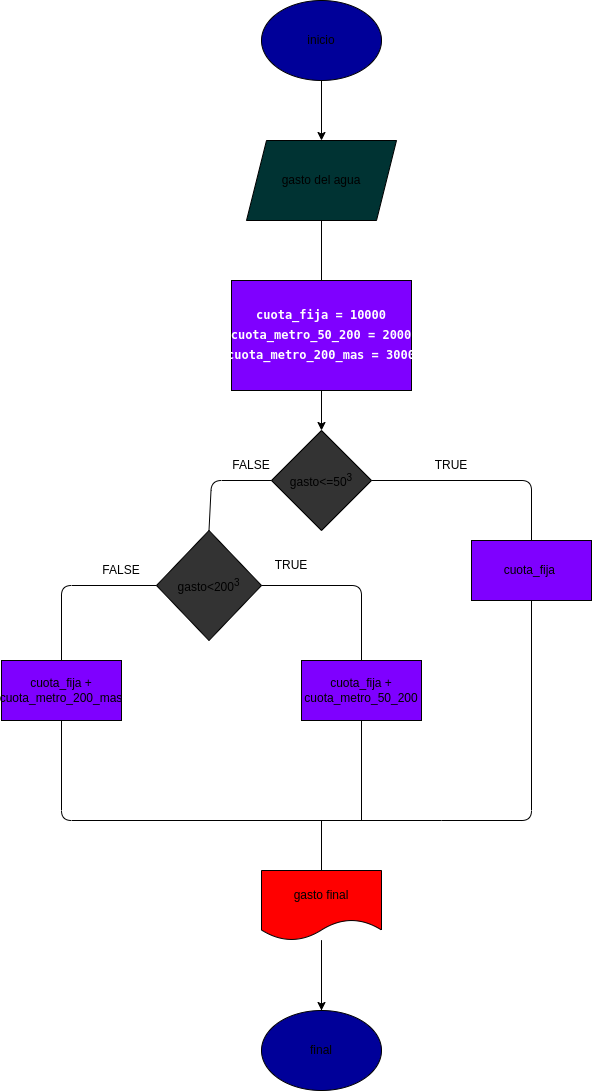
This is carpeta_5/diagrama.png from neinafua/taller-condicional, a draw.io export, as it was before one commit. Source tidied: cells renumbered, new cells last; positions are measured from the earlier drawing's top-left corner, leaving out a move shared by most shapes. The source it was exported from:
```xml
<mxGraphModel>
  <root>
    <mxCell id="0" />
    <mxCell id="1" parent="0" />
    <mxCell id="2" style="edgeStyle=none;html=1;" parent="1" edge="1" source="3" target="5">
      <mxGeometry relative="1" as="geometry" />
    </mxCell>
    <mxCell id="3" value="inicio" style="ellipse;whiteSpace=wrap;html=1;fillColor=#000099;" parent="1" vertex="1">
      <mxGeometry x="260" width="120" height="80" as="geometry" />
    </mxCell>
    <mxCell id="4" style="edgeStyle=none;html=1;" parent="1" edge="1" source="5">
      <mxGeometry relative="1" as="geometry">
        <mxPoint x="320" y="330" as="targetPoint" />
      </mxGeometry>
    </mxCell>
    <mxCell id="5" value="gasto del agua" style="shape=parallelogram;perimeter=parallelogramPerimeter;whiteSpace=wrap;html=1;fixedSize=1;fillColor=#003333;" parent="1" vertex="1">
      <mxGeometry x="245" y="140" width="150" height="80" as="geometry" />
    </mxCell>
    <mxCell id="6" value="gasto&amp;lt;=50&lt;sup&gt;3&lt;/sup&gt;" style="rhombus;whiteSpace=wrap;html=1;fillColor=#333333;" parent="1" vertex="1">
      <mxGeometry x="270" y="430" width="100" height="100" as="geometry" />
    </mxCell>
    <mxCell id="7" value="gasto&amp;lt;200&lt;sup&gt;3&lt;/sup&gt;" style="rhombus;whiteSpace=wrap;html=1;fillColor=#333333;" parent="1" vertex="1">
      <mxGeometry x="155" y="530" width="105" height="110" as="geometry" />
    </mxCell>
    <mxCell id="8" style="endArrow=none;html=1;exitX=0.5;exitY=0;exitDx=0;exitDy=0;entryX=1;entryY=0.5;entryDx=0;entryDy=0;" parent="1" edge="1" target="7">
      <mxGeometry relative="1" as="geometry">
        <mxPoint x="360" y="660" as="sourcePoint" />
        <Array as="points">
          <mxPoint x="360" y="585" />
        </Array>
      </mxGeometry>
    </mxCell>
    <mxCell id="9" style="endArrow=none;html=1;exitX=0.5;exitY=0;exitDx=0;exitDy=0;entryX=0;entryY=0.5;entryDx=0;entryDy=0;" parent="1" edge="1" target="7">
      <mxGeometry relative="1" as="geometry">
        <mxPoint x="60" y="660" as="sourcePoint" />
        <Array as="points">
          <mxPoint x="60" y="585" />
        </Array>
      </mxGeometry>
    </mxCell>
    <mxCell id="10" style="endArrow=none;html=1;entryX=1;entryY=0.5;entryDx=0;entryDy=0;exitX=0.5;exitY=0;exitDx=0;exitDy=0;" parent="1" edge="1" target="6">
      <mxGeometry relative="1" as="geometry">
        <mxPoint x="530" y="545" as="sourcePoint" />
        <Array as="points">
          <mxPoint x="530" y="480" />
        </Array>
      </mxGeometry>
    </mxCell>
    <mxCell id="11" style="endArrow=none;html=1;entryX=0;entryY=0.5;entryDx=0;entryDy=0;exitX=0.5;exitY=0;exitDx=0;exitDy=0;" parent="1" edge="1" source="7" target="6">
      <mxGeometry relative="1" as="geometry">
        <Array as="points">
          <mxPoint x="210" y="480" />
        </Array>
      </mxGeometry>
    </mxCell>
    <mxCell id="12" value="cuota_fija&amp;nbsp;" style="rounded=0;whiteSpace=wrap;html=1;fillColor=#7F00FF;" parent="1" vertex="1">
      <mxGeometry x="470" y="540" width="120" height="60" as="geometry" />
    </mxCell>
    <mxCell id="13" value="cuota_fija + cuota_metro_50_200" style="rounded=0;whiteSpace=wrap;html=1;fillColor=#7F00FF;" parent="1" vertex="1">
      <mxGeometry x="300" y="660" width="120" height="60" as="geometry" />
    </mxCell>
    <mxCell id="14" value="cuota_fija + cuota_metro_200_mas" style="rounded=0;whiteSpace=wrap;html=1;fillColor=#7F00FF;" parent="1" vertex="1">
      <mxGeometry y="660" width="120" height="60" as="geometry" />
    </mxCell>
    <mxCell id="15" style="endArrow=none;html=1;exitX=0.5;exitY=1;exitDx=0;exitDy=0;" parent="1" edge="1" source="14">
      <mxGeometry relative="1" as="geometry">
        <mxPoint x="440" y="820" as="targetPoint" />
        <Array as="points">
          <mxPoint x="60" y="820" />
        </Array>
      </mxGeometry>
    </mxCell>
    <mxCell id="16" style="endArrow=none;html=1;" parent="1" edge="1">
      <mxGeometry relative="1" as="geometry">
        <mxPoint x="360" y="820" as="sourcePoint" />
        <mxPoint x="360" y="720" as="targetPoint" />
      </mxGeometry>
    </mxCell>
    <mxCell id="17" style="endArrow=none;html=1;entryX=0.5;entryY=1;entryDx=0;entryDy=0;" parent="1" edge="1" target="12">
      <mxGeometry relative="1" as="geometry">
        <mxPoint x="440" y="820" as="sourcePoint" />
        <Array as="points">
          <mxPoint x="530" y="820" />
        </Array>
      </mxGeometry>
    </mxCell>
    <mxCell id="18" style="edgeStyle=none;html=1;" parent="1" edge="1" source="28" target="30">
      <mxGeometry relative="1" as="geometry" />
    </mxCell>
    <mxCell id="19" style="endArrow=none;html=1;" parent="1" edge="1">
      <mxGeometry relative="1" as="geometry">
        <mxPoint x="320" y="900" as="sourcePoint" />
        <mxPoint x="320" y="820" as="targetPoint" />
      </mxGeometry>
    </mxCell>
    <mxCell id="20" value="TRUE" style="text;html=1;strokeColor=none;fillColor=none;align=center;verticalAlign=middle;whiteSpace=wrap;rounded=0;" parent="1" vertex="1">
      <mxGeometry x="420" y="450" width="60" height="30" as="geometry" />
    </mxCell>
    <mxCell id="21" value="FALSE" style="text;html=1;strokeColor=none;fillColor=none;align=center;verticalAlign=middle;whiteSpace=wrap;rounded=0;" parent="1" vertex="1">
      <mxGeometry x="220" y="450" width="60" height="30" as="geometry" />
    </mxCell>
    <mxCell id="22" value="TRUE" style="text;html=1;strokeColor=none;fillColor=none;align=center;verticalAlign=middle;whiteSpace=wrap;rounded=0;" parent="1" vertex="1">
      <mxGeometry x="260" y="550" width="60" height="30" as="geometry" />
    </mxCell>
    <mxCell id="23" value="FALSE" style="text;html=1;strokeColor=none;fillColor=none;align=center;verticalAlign=middle;whiteSpace=wrap;rounded=0;" parent="1" vertex="1">
      <mxGeometry x="90" y="555" width="60" height="30" as="geometry" />
    </mxCell>
    <mxCell id="24" style="endArrow=none;html=1;startArrow=none;" parent="1" edge="1" source="28">
      <mxGeometry relative="1" as="geometry">
        <mxPoint x="320" y="890" as="targetPoint" />
      </mxGeometry>
    </mxCell>
    <mxCell id="25" style="edgeStyle=none;html=1;fontSize=12;fontColor=#FFFFFF;" parent="1" edge="1" source="26" target="6">
      <mxGeometry relative="1" as="geometry" />
    </mxCell>
    <mxCell id="26" value="&lt;div style=&quot;font-family: &amp;quot;Droid Sans Mono&amp;quot;, &amp;quot;monospace&amp;quot;, monospace; line-height: 19px;&quot;&gt;&lt;h6 style=&quot;&quot;&gt;&lt;font color=&quot;#ffffff&quot; style=&quot;font-size: 12px;&quot;&gt;cuota_fija&amp;nbsp;=&amp;nbsp;10000&lt;br&gt;cuota_metro_50_200&amp;nbsp;=&amp;nbsp;2000&lt;br&gt;cuota_metro_200_mas&amp;nbsp;=&amp;nbsp;3000&lt;/font&gt;&lt;/h6&gt;&lt;/div&gt;" style="rounded=0;whiteSpace=wrap;html=1;fillColor=#7F00FF;" parent="1" vertex="1">
      <mxGeometry x="230" y="280" width="180" height="110" as="geometry" />
    </mxCell>
    <mxCell id="27" style="endArrow=none;html=1;" parent="1" edge="1" target="28">
      <mxGeometry relative="1" as="geometry">
        <mxPoint x="320" y="1040" as="sourcePoint" />
      </mxGeometry>
    </mxCell>
    <mxCell id="28" value="gasto final" style="shape=document;whiteSpace=wrap;html=1;boundedLbl=1;fillColor=#FF0000;" parent="1" vertex="1">
      <mxGeometry x="260" y="870" width="120" height="70" as="geometry" />
    </mxCell>
    <mxCell id="29" style="edgeStyle=none;html=1;endArrow=none;" parent="1" edge="1" source="28" target="30">
      <mxGeometry relative="1" as="geometry" />
    </mxCell>
    <mxCell id="30" value="final" style="ellipse;whiteSpace=wrap;html=1;fillColor=#000099;" parent="1" vertex="1">
      <mxGeometry x="260" y="1010" width="120" height="80" as="geometry" />
    </mxCell>
  </root>
</mxGraphModel>
```
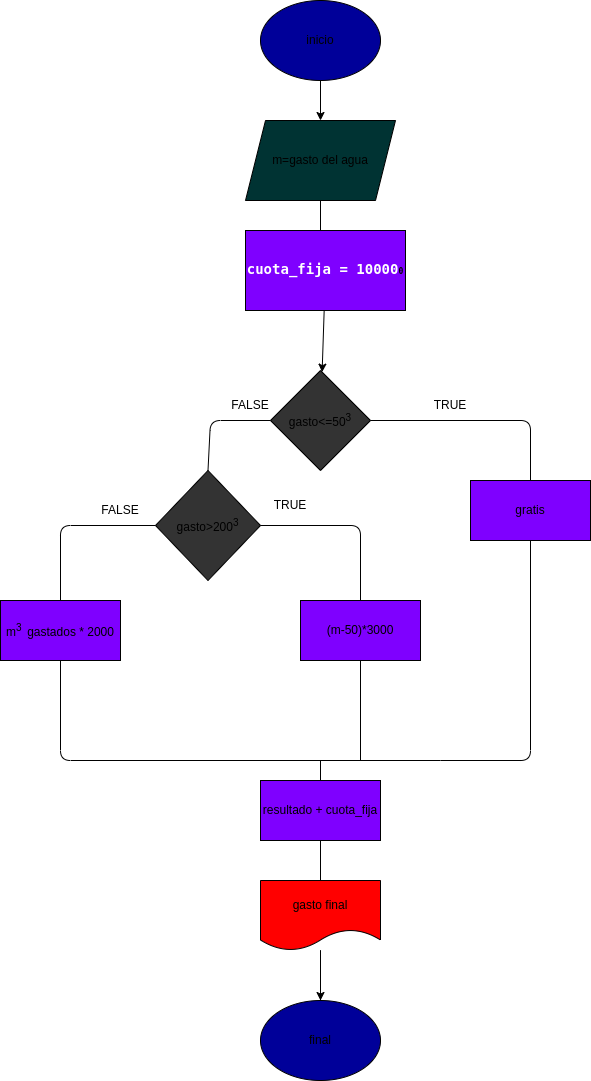
Later version of the same file.

Change to the diagram source:
```diff
@@ -6,20 +6,20 @@
       <mxGeometry relative="1" as="geometry" />
     </mxCell>
     <mxCell id="3" value="inicio" style="ellipse;whiteSpace=wrap;html=1;fillColor=#000099;" parent="1" vertex="1">
-      <mxGeometry x="260" width="120" height="80" as="geometry" />
+      <mxGeometry x="260" y="60" width="120" height="80" as="geometry" />
     </mxCell>
     <mxCell id="4" style="edgeStyle=none;html=1;" parent="1" edge="1" source="5">
       <mxGeometry relative="1" as="geometry">
         <mxPoint x="320" y="330" as="targetPoint" />
       </mxGeometry>
     </mxCell>
-    <mxCell id="5" value="gasto del agua" style="shape=parallelogram;perimeter=parallelogramPerimeter;whiteSpace=wrap;html=1;fixedSize=1;fillColor=#003333;" parent="1" vertex="1">
-      <mxGeometry x="245" y="140" width="150" height="80" as="geometry" />
+    <mxCell id="5" value="m=gasto del agua" style="shape=parallelogram;perimeter=parallelogramPerimeter;whiteSpace=wrap;html=1;fixedSize=1;fillColor=#003333;" parent="1" vertex="1">
+      <mxGeometry x="245" y="180" width="150" height="80" as="geometry" />
     </mxCell>
     <mxCell id="6" value="gasto&amp;lt;=50&lt;sup&gt;3&lt;/sup&gt;" style="rhombus;whiteSpace=wrap;html=1;fillColor=#333333;" parent="1" vertex="1">
       <mxGeometry x="270" y="430" width="100" height="100" as="geometry" />
     </mxCell>
-    <mxCell id="7" value="gasto&amp;lt;200&lt;sup&gt;3&lt;/sup&gt;" style="rhombus;whiteSpace=wrap;html=1;fillColor=#333333;" parent="1" vertex="1">
+    <mxCell id="7" value="gasto&amp;gt;200&lt;sup&gt;3&lt;/sup&gt;" style="rhombus;whiteSpace=wrap;html=1;fillColor=#333333;" parent="1" vertex="1">
       <mxGeometry x="155" y="530" width="105" height="110" as="geometry" />
     </mxCell>
     <mxCell id="8" style="endArrow=none;html=1;exitX=0.5;exitY=0;exitDx=0;exitDy=0;entryX=1;entryY=0.5;entryDx=0;entryDy=0;" parent="1" edge="1" target="7">
@@ -53,13 +53,13 @@
         </Array>
       </mxGeometry>
     </mxCell>
-    <mxCell id="12" value="cuota_fija&amp;nbsp;" style="rounded=0;whiteSpace=wrap;html=1;fillColor=#7F00FF;" parent="1" vertex="1">
+    <mxCell id="12" value="gratis" style="rounded=0;whiteSpace=wrap;html=1;fillColor=#7F00FF;" parent="1" vertex="1">
       <mxGeometry x="470" y="540" width="120" height="60" as="geometry" />
     </mxCell>
-    <mxCell id="13" value="cuota_fija + cuota_metro_50_200" style="rounded=0;whiteSpace=wrap;html=1;fillColor=#7F00FF;" parent="1" vertex="1">
+    <mxCell id="13" value="(m-50)*3000" style="rounded=0;whiteSpace=wrap;html=1;fillColor=#7F00FF;" parent="1" vertex="1">
       <mxGeometry x="300" y="660" width="120" height="60" as="geometry" />
     </mxCell>
-    <mxCell id="14" value="cuota_fija + cuota_metro_200_mas" style="rounded=0;whiteSpace=wrap;html=1;fillColor=#7F00FF;" parent="1" vertex="1">
+    <mxCell id="14" value="m&lt;sup&gt;3&amp;nbsp; &lt;/sup&gt;gastados * 2000" style="rounded=0;whiteSpace=wrap;html=1;fillColor=#7F00FF;" parent="1" vertex="1">
       <mxGeometry y="660" width="120" height="60" as="geometry" />
     </mxCell>
     <mxCell id="15" style="endArrow=none;html=1;exitX=0.5;exitY=1;exitDx=0;exitDy=0;" parent="1" edge="1" source="14">
@@ -113,8 +113,8 @@
     <mxCell id="25" style="edgeStyle=none;html=1;fontSize=12;fontColor=#FFFFFF;" parent="1" edge="1" source="26" target="6">
       <mxGeometry relative="1" as="geometry" />
     </mxCell>
-    <mxCell id="26" value="&lt;div style=&quot;font-family: &amp;quot;Droid Sans Mono&amp;quot;, &amp;quot;monospace&amp;quot;, monospace; line-height: 19px;&quot;&gt;&lt;h6 style=&quot;&quot;&gt;&lt;font color=&quot;#ffffff&quot; style=&quot;font-size: 12px;&quot;&gt;cuota_fija&amp;nbsp;=&amp;nbsp;10000&lt;br&gt;cuota_metro_50_200&amp;nbsp;=&amp;nbsp;2000&lt;br&gt;cuota_metro_200_mas&amp;nbsp;=&amp;nbsp;3000&lt;/font&gt;&lt;/h6&gt;&lt;/div&gt;" style="rounded=0;whiteSpace=wrap;html=1;fillColor=#7F00FF;" parent="1" vertex="1">
-      <mxGeometry x="230" y="280" width="180" height="110" as="geometry" />
+    <mxCell id="26" value="&lt;div style=&quot;font-family: &amp;quot;Droid Sans Mono&amp;quot;, &amp;quot;monospace&amp;quot;, monospace; line-height: 19px;&quot;&gt;&lt;h6 style=&quot;&quot;&gt;&lt;font color=&quot;#ffffff&quot; style=&quot;font-size: 14px;&quot;&gt;cuota_fija&amp;nbsp;=&amp;nbsp;10000&lt;/font&gt;0&lt;font color=&quot;#ffffff&quot; style=&quot;font-size: 14px;&quot;&gt;&lt;br&gt;&lt;/font&gt;&lt;/h6&gt;&lt;/div&gt;" style="rounded=0;whiteSpace=wrap;html=1;fillColor=#7F00FF;" parent="1" vertex="1">
+      <mxGeometry x="245" y="290" width="160" height="80" as="geometry" />
     </mxCell>
     <mxCell id="27" style="endArrow=none;html=1;" parent="1" edge="1" target="28">
       <mxGeometry relative="1" as="geometry">
@@ -122,13 +122,16 @@
       </mxGeometry>
     </mxCell>
     <mxCell id="28" value="gasto final" style="shape=document;whiteSpace=wrap;html=1;boundedLbl=1;fillColor=#FF0000;" parent="1" vertex="1">
-      <mxGeometry x="260" y="870" width="120" height="70" as="geometry" />
+      <mxGeometry x="260" y="940" width="120" height="70" as="geometry" />
     </mxCell>
     <mxCell id="29" style="edgeStyle=none;html=1;endArrow=none;" parent="1" edge="1" source="28" target="30">
       <mxGeometry relative="1" as="geometry" />
     </mxCell>
     <mxCell id="30" value="final" style="ellipse;whiteSpace=wrap;html=1;fillColor=#000099;" parent="1" vertex="1">
-      <mxGeometry x="260" y="1010" width="120" height="80" as="geometry" />
+      <mxGeometry x="260" y="1060" width="120" height="80" as="geometry" />
     </mxCell>
+    <mxCell id="31" value="resultado + cuota_fija" style="rounded=0;whiteSpace=wrap;html=1;fillColor=#7F00FF;" parent="1" vertex="1">
+      <mxGeometry x="260" y="840" width="120" height="60" as="geometry" />
+    </mxCell>
   </root>
 </mxGraphModel>
```
